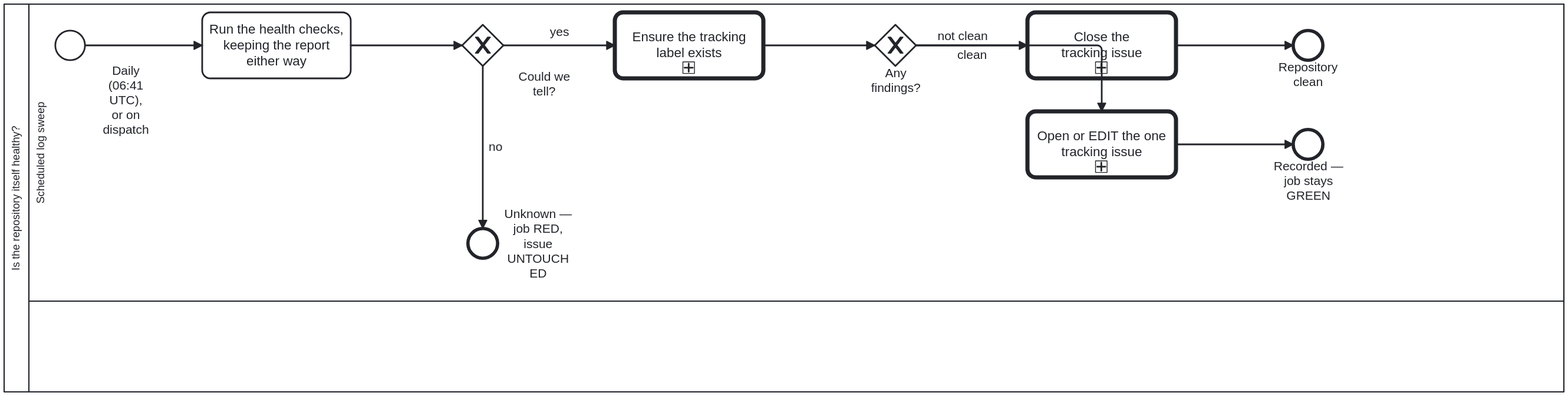
Before: docs/assets/img/workflows/repository-health-watch.svg, a diagram exported from BPMN (litlfred/cat-harness). Its source is kept beside it as processes/sdlc/repository-health-watch.bpmn. Ids are renumbered.
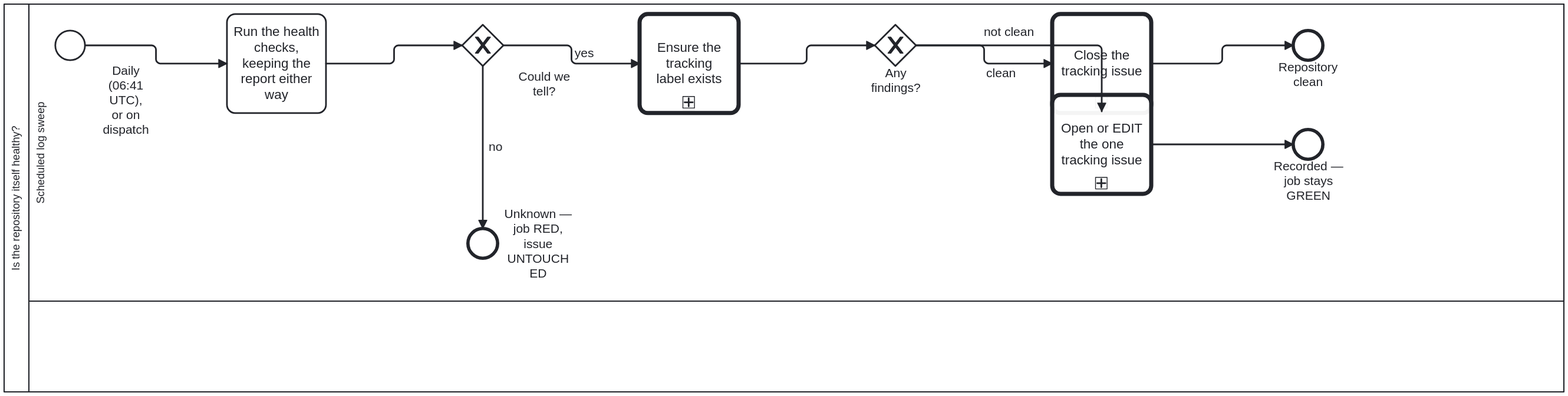
After the commit.

Change to the diagram source:
```diff
@@ -144,82 +144,93 @@
   <bpmndi:BPMNDiagram id="Diagram_Process_RepoHealth">
     <bpmndi:BPMNPlane id="Plane_Process_RepoHealth" bpmnElement="Collaboration_Process_RepoHealth">
       <bpmndi:BPMNShape id="Shape_Participant_Process_RepoHealth" bpmnElement="Participant_Process_RepoHealth" isHorizontal="true">
-        <dc:Bounds x="60" y="60" width="1890" height="470"/>
+        <dc:Bounds x="60" y="60" width="1890" height="470" />
       </bpmndi:BPMNShape>
       <bpmndi:BPMNShape id="Shape_Lane_Ci" bpmnElement="Lane_Ci" isHorizontal="true">
-        <dc:Bounds x="90" y="60" width="1860" height="360"/>
+        <dc:Bounds x="90" y="60" width="1860" height="360" />
       </bpmndi:BPMNShape>
       <bpmndi:BPMNShape id="Shape_Start_Sweep" bpmnElement="Start_Sweep">
-        <dc:Bounds x="122" y="92" width="36" height="36"/>
-        <bpmndi:BPMNLabel><dc:Bounds x="162" y="132" width="90" height="90" /></bpmndi:BPMNLabel>
-      </bpmndi:BPMNShape>
+        <dc:Bounds x="122" y="92" width="36" height="36" />
+
+      <bpmndi:BPMNLabel><dc:Bounds x="162" y="132" width="90" height="90" /></bpmndi:BPMNLabel></bpmndi:BPMNShape>
       <bpmndi:BPMNShape id="Shape_Task_Check" bpmnElement="Task_Check">
-        <dc:Bounds x="300" y="70" width="180" height="80"/>
+        <dc:Bounds x="330" y="72" width="120" height="120" />
       </bpmndi:BPMNShape>
       <bpmndi:BPMNShape id="Shape_GW_Determined" bpmnElement="GW_Determined" isMarkerVisible="true">
-        <dc:Bounds x="615" y="85" width="50" height="50"/>
-        <bpmndi:BPMNLabel><dc:Bounds x="669" y="139" width="90" height="35" /></bpmndi:BPMNLabel>
-      </bpmndi:BPMNShape>
+        <dc:Bounds x="615" y="85" width="50" height="50" />
+
+      <bpmndi:BPMNLabel><dc:Bounds x="669" y="139" width="90" height="35" /></bpmndi:BPMNLabel></bpmndi:BPMNShape>
       <bpmndi:BPMNShape id="Shape_End_Unknown" bpmnElement="End_Unknown">
-        <dc:Bounds x="622" y="332" width="36" height="36"/>
-        <bpmndi:BPMNLabel><dc:Bounds x="662" y="305.5" width="90" height="89" /></bpmndi:BPMNLabel>
-      </bpmndi:BPMNShape>
+        <dc:Bounds x="622" y="332" width="36" height="36" />
+
+      <bpmndi:BPMNLabel><dc:Bounds x="662" y="305.5" width="90" height="89" /></bpmndi:BPMNLabel></bpmndi:BPMNShape>
       <bpmndi:BPMNShape id="Shape_Task_Label" bpmnElement="Task_Label">
-        <dc:Bounds x="800" y="70" width="180" height="80"/>
+        <dc:Bounds x="830" y="72" width="120" height="120" />
       </bpmndi:BPMNShape>
       <bpmndi:BPMNShape id="Shape_GW_Finding" bpmnElement="GW_Finding" isMarkerVisible="true">
-        <dc:Bounds x="1115" y="85" width="50" height="50"/>
+        <dc:Bounds x="1115" y="85" width="50" height="50" />
       </bpmndi:BPMNShape>
       <bpmndi:BPMNShape id="Shape_Task_Close" bpmnElement="Task_Close">
-        <dc:Bounds x="1300" y="70" width="180" height="80"/>
+        <dc:Bounds x="1330" y="72" width="120" height="120" />
       </bpmndi:BPMNShape>
       <bpmndi:BPMNShape id="Shape_End_Clean" bpmnElement="End_Clean">
-        <dc:Bounds x="1622" y="92" width="36" height="36"/>
+        <dc:Bounds x="1622" y="92" width="36" height="36" />
       </bpmndi:BPMNShape>
       <bpmndi:BPMNShape id="Shape_Task_Track" bpmnElement="Task_Track">
-        <dc:Bounds x="1300" y="190" width="180" height="80"/>
+        <dc:Bounds x="1330" y="170" width="120" height="120" />
       </bpmndi:BPMNShape>
       <bpmndi:BPMNShape id="Shape_End_Found" bpmnElement="End_Found">
-        <dc:Bounds x="1622" y="212" width="36" height="36"/>
+        <dc:Bounds x="1622" y="212" width="36" height="36" />
       </bpmndi:BPMNShape>
       <bpmndi:BPMNEdge id="Edge_Flow_0" bpmnElement="Flow_0">
-        <di:waypoint x="158" y="110"/>
-        <di:waypoint x="300" y="110"/>
+        <di:waypoint x="158" y="110" />
+        <di:waypoint x="244" y="110" />
+        <di:waypoint x="244" y="132" />
+        <di:waypoint x="330" y="132" />
       </bpmndi:BPMNEdge>
       <bpmndi:BPMNEdge id="Edge_Flow_1" bpmnElement="Flow_1">
-        <di:waypoint x="480" y="110"/>
-        <di:waypoint x="615" y="110"/>
+        <di:waypoint x="450" y="132" />
+        <di:waypoint x="532.5" y="132" />
+        <di:waypoint x="532.5" y="110" />
+        <di:waypoint x="615" y="110" />
       </bpmndi:BPMNEdge>
       <bpmndi:BPMNEdge id="Edge_Flow_2" bpmnElement="Flow_2">
         <di:waypoint x="640" y="135"/>
         <di:waypoint x="640" y="332"/>
       </bpmndi:BPMNEdge>
       <bpmndi:BPMNEdge id="Edge_Flow_3" bpmnElement="Flow_3">
-        <di:waypoint x="665" y="110"/>
-        <di:waypoint x="800" y="110"/>
+        <di:waypoint x="665" y="110" />
+        <di:waypoint x="747.5" y="110" />
+        <di:waypoint x="747.5" y="132" />
+        <di:waypoint x="830" y="132" />
       </bpmndi:BPMNEdge>
       <bpmndi:BPMNEdge id="Edge_Flow_4" bpmnElement="Flow_4">
-        <di:waypoint x="980" y="110"/>
-        <di:waypoint x="1115" y="110"/>
+        <di:waypoint x="950" y="132" />
+        <di:waypoint x="1032.5" y="132" />
+        <di:waypoint x="1032.5" y="110" />
+        <di:waypoint x="1115" y="110" />
       </bpmndi:BPMNEdge>
       <bpmndi:BPMNEdge id="Edge_Flow_5" bpmnElement="Flow_5">
-        <di:waypoint x="1165" y="110"/>
-        <di:waypoint x="1300" y="110"/>
-        <bpmndi:BPMNLabel><dc:Bounds x="1187.5" y="113" width="90" height="17" /></bpmndi:BPMNLabel>
+        <di:waypoint x="1165" y="110" />
+        <di:waypoint x="1247.5" y="110" />
+        <di:waypoint x="1247.5" y="132" />
+        <di:waypoint x="1330" y="132" />
+        <bpmndi:BPMNLabel><dc:Bounds x="1223.13" y="135" width="90" height="17" /></bpmndi:BPMNLabel>
       </bpmndi:BPMNEdge>
       <bpmndi:BPMNEdge id="Edge_Flow_6" bpmnElement="Flow_6">
-        <di:waypoint x="1480" y="110"/>
-        <di:waypoint x="1622" y="110"/>
+        <di:waypoint x="1450" y="132" />
+        <di:waypoint x="1536" y="132" />
+        <di:waypoint x="1536" y="110" />
+        <di:waypoint x="1622" y="110" />
       </bpmndi:BPMNEdge>
       <bpmndi:BPMNEdge id="Edge_Flow_7" bpmnElement="Flow_7">
-        <di:waypoint x="1165" y="110"/>
-        <di:waypoint x="1390" y="110"/>
-        <di:waypoint x="1390" y="190"/>
-        <bpmndi:BPMNLabel><dc:Bounds x="1176.25" y="90" width="90" height="17" /></bpmndi:BPMNLabel>
+        <di:waypoint x="1165" y="110" />
+        <di:waypoint x="1390" y="110" />
+        <di:waypoint x="1390" y="190" />
       </bpmndi:BPMNEdge>
       <bpmndi:BPMNEdge id="Edge_Flow_8" bpmnElement="Flow_8">
-        <di:waypoint x="1480" y="230"/>
-        <di:waypoint x="1622" y="230"/>
+        <di:waypoint x="1450" y="230" />
+        <di:waypoint x="1622" y="230" />
       </bpmndi:BPMNEdge>
     </bpmndi:BPMNPlane>
   </bpmndi:BPMNDiagram>
```
